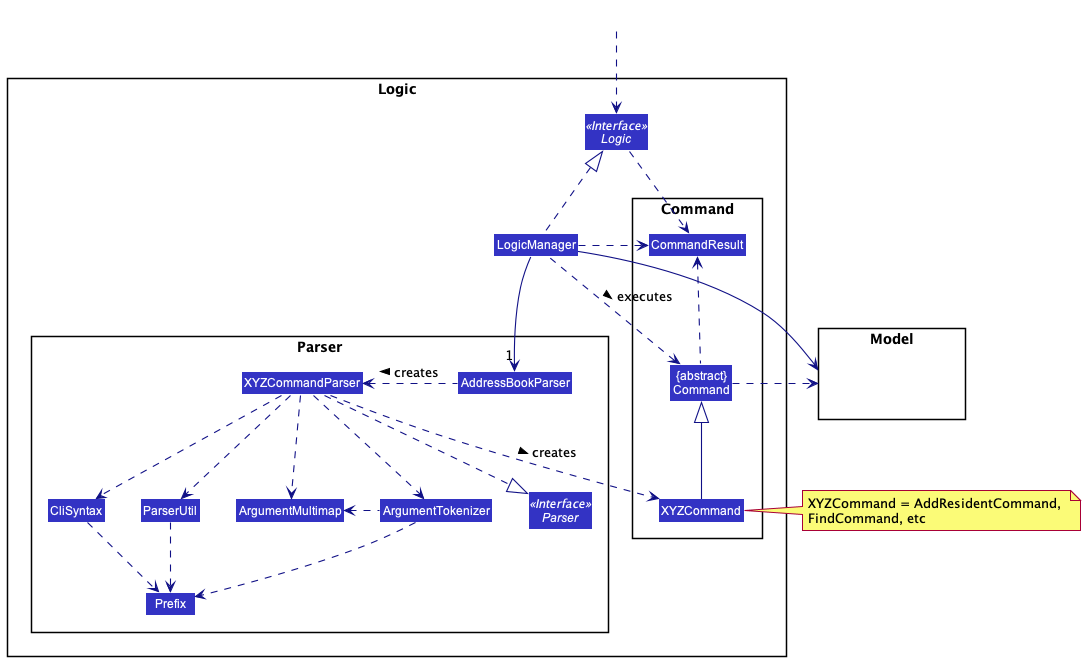
nus-cs2103-AY2021S2/tp keeps this PlantUML diagram as docs/images/LogicClassDiagram.png. Above is the earlier version.
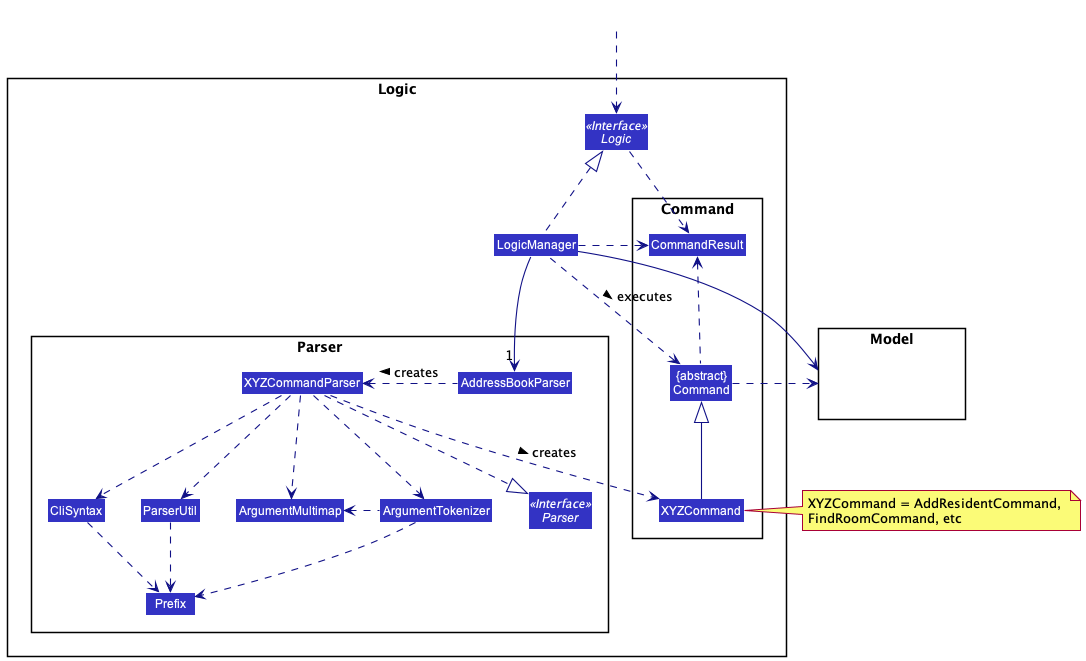
Above is the later version.

Change to the diagram source:
```diff
@@ -53,7 +53,7 @@
 
 LogicManager --> Model
 Command .right.> Model
-note right of XYZCommand: XYZCommand = AddResidentCommand, \nFindCommand, etc
+note right of XYZCommand: XYZCommand = AddResidentCommand, \nFindRoomCommand, etc
 
 Logic ..> CommandResult
 LogicManager .down.> CommandResult
```
